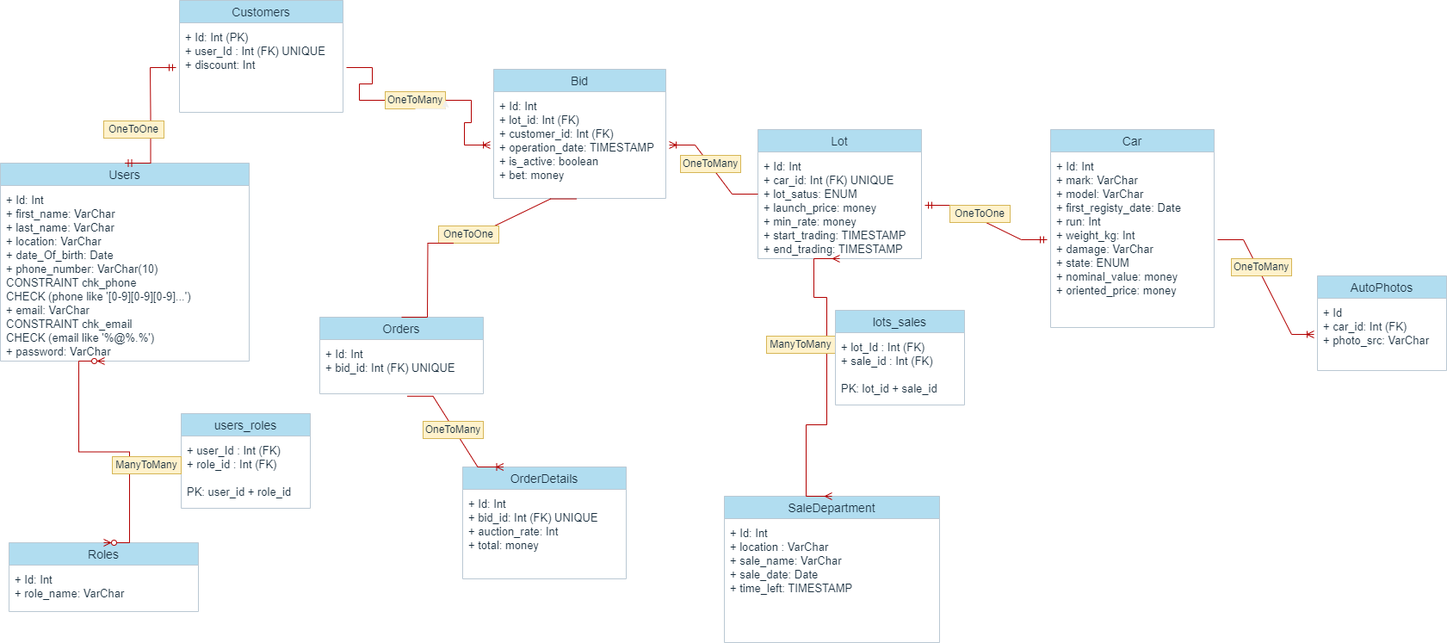
Above: src/main/resources/static/AuctionDB_Schema.drawio.png in OlegJr-on/Trade-Auto-Auction (draw.io), before the change. Source tidied: cells renumbered, new cells last; positions are measured from the earlier drawing's top-left corner, leaving out a move shared by most shapes.
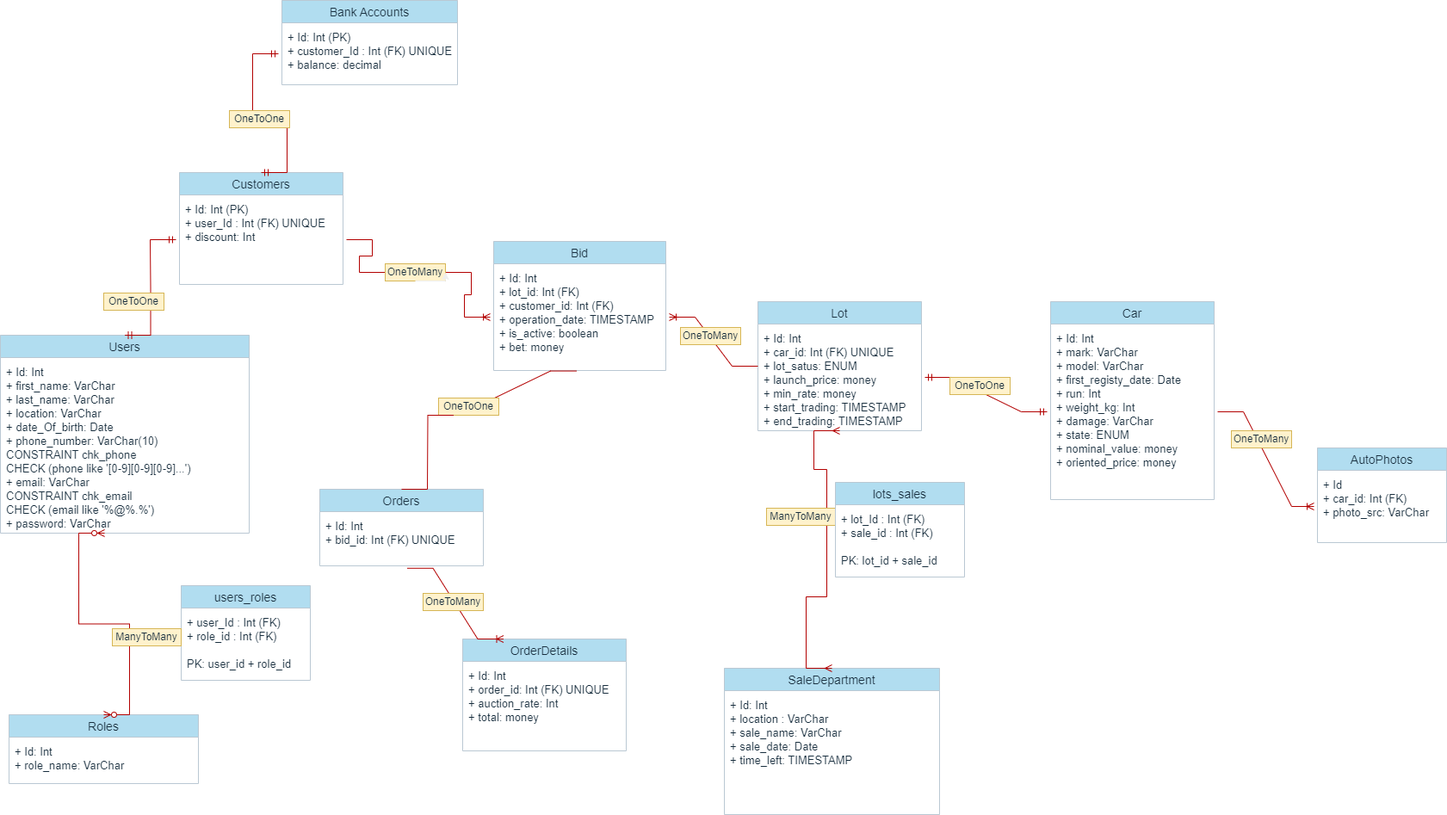
The same diagram one commit later.

Commit message:
update database schema (create table bank_account)

What changed in the source:
```diff
@@ -59,7 +59,7 @@
     <mxCell id="20" value="OrderDetails" style="swimlane;fontStyle=0;horizontal=1;startSize=26;fillColor=#B1DDF0;fontSize=14;labelBackgroundColor=none;strokeColor=#BAC8D3;fontColor=#182E3E;" parent="1" vertex="1">
       <mxGeometry x="537" y="542" width="190" height="130" as="geometry" />
     </mxCell>
-    <mxCell id="21" value="+ Id: Int&#10;+ bid_id: Int (FK) UNIQUE&#10;+ auction_rate: Int &#10;+ total: money" style="text;strokeColor=none;fillColor=none;align=left;verticalAlign=top;spacingLeft=4;spacingRight=4;overflow=hidden;fontColor=#182E3E;fontSize=13;perimeterSpacing=4;spacingTop=2;labelBackgroundColor=none;spacing=3;spacingBottom=5;" parent="20" vertex="1">
+    <mxCell id="21" value="+ Id: Int&#10;+ order_id: Int (FK) UNIQUE&#10;+ auction_rate: Int &#10;+ total: money" style="text;strokeColor=none;fillColor=none;align=left;verticalAlign=top;spacingLeft=4;spacingRight=4;overflow=hidden;fontColor=#182E3E;fontSize=13;perimeterSpacing=4;spacingTop=2;labelBackgroundColor=none;spacing=3;spacingBottom=5;" parent="20" vertex="1">
       <mxGeometry y="26" width="190" height="104" as="geometry" />
     </mxCell>
     <mxCell id="22" style="edgeStyle=entityRelationEdgeStyle;fontSize=12;html=1;endArrow=none;rounded=0;strokeColor=#B20000;fontColor=#FFFFFF;fillColor=#e51400;entryX=0.5;entryY=0;entryDx=0;entryDy=0;exitX=0.481;exitY=0.974;exitDx=0;exitDy=0;exitPerimeter=0;" parent="1" edge="1" source="15" target="23">
@@ -140,5 +140,17 @@
     <mxCell id="47" value="OneToMany" style="text;html=1;strokeColor=#d6b656;fillColor=#fff2cc;align=center;verticalAlign=middle;whiteSpace=wrap;overflow=hidden;fontColor=#182E3E;" parent="1" vertex="1">
       <mxGeometry x="491" y="489" width="70" height="20" as="geometry" />
     </mxCell>
+    <mxCell id="48" style="edgeStyle=entityRelationEdgeStyle;fontSize=12;html=1;endArrow=ERmandOne;startArrow=ERmandOne;rounded=0;fillColor=#e51400;strokeColor=#B20000;exitX=0.5;exitY=0;exitDx=0;exitDy=0;entryX=0;entryY=0.5;entryDx=0;entryDy=0;" parent="1" edge="1" source="4" target="50">
+      <mxGeometry relative="1" as="geometry" />
+    </mxCell>
+    <mxCell id="49" value="Bank Accounts" style="swimlane;fontStyle=0;horizontal=1;startSize=26;fillColor=#B1DDF0;fontSize=14;labelBackgroundColor=none;strokeColor=#BAC8D3;fontColor=#182E3E;" parent="1" vertex="1">
+      <mxGeometry x="327" y="-200" width="204" height="98" as="geometry" />
+    </mxCell>
+    <mxCell id="50" value="+ Id: Int (PK)&#10;+ customer_Id : Int (FK) UNIQUE&#10;+ balance: decimal" style="text;strokeColor=none;fillColor=none;align=left;verticalAlign=top;spacingLeft=4;spacingRight=4;overflow=hidden;points=[[0,0.5],[1,0.5]];portConstraint=eastwest;fontColor=#182E3E;fontSize=13;perimeterSpacing=4;spacingTop=2;labelBackgroundColor=none;spacing=3;spacingBottom=5;" parent="49" vertex="1">
+      <mxGeometry y="26" width="204" height="72" as="geometry" />
+    </mxCell>
+    <mxCell id="51" value="OneToOne" style="text;html=1;strokeColor=#d6b656;fillColor=#fff2cc;align=center;verticalAlign=middle;whiteSpace=wrap;overflow=hidden;fontColor=#182E3E;" parent="1" vertex="1">
+      <mxGeometry x="266" y="-72" width="70" height="20" as="geometry" />
+    </mxCell>
   </root>
 </mxGraphModel>
```
